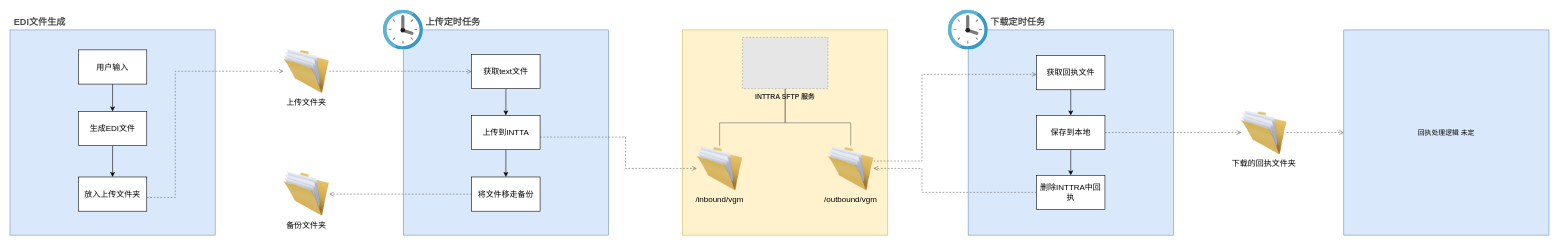
This is vgm/VGM总体流程图.drawio from caixuecheng/track-drawio, a draw.io file, before an edit. Source tidied: cells renumbered, new cells numbered last; positions are measured from the earlier drawing's top-left corner, leaving out a move shared by most shapes. Both pictures are drawn from the tidied source at 57%, with x=0, y=0 at pixel (10, 10). Pictures stored in the file or linked from it are replaced by grey dashed boxes.
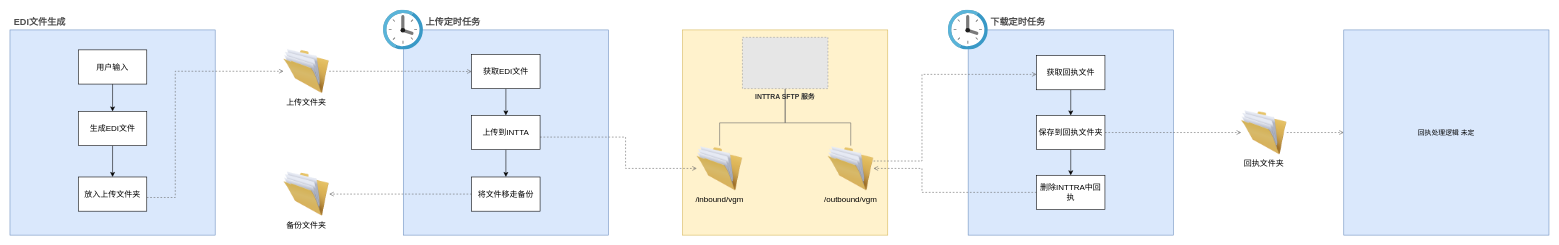
After the change.

Commit message (it also covers changes not shown here):
更新VGM总体流程图.drawio

Change to the diagram source:
```diff
@@
-    <mxCell id="18" value="获取text文件" style="rounded=0;whiteSpace=wrap;html=1;fontSize=14;" parent="1" vertex="1">
+    <mxCell id="18" value="获取EDI文件" style="rounded=0;whiteSpace=wrap;html=1;fontSize=14;" parent="1" vertex="1">
       <mxGeometry x="810" y="78" width="120" height="60" as="geometry" />
     </mxCell>
@@
-    <mxCell id="30" value="保存到本地" style="rounded=0;whiteSpace=wrap;html=1;fontSize=14;" parent="1" vertex="1">
+    <mxCell id="30" value="保存到回执文件夹" style="rounded=0;whiteSpace=wrap;html=1;fontSize=14;" parent="1" vertex="1">
       <mxGeometry x="1801" y="185" width="120" height="60" as="geometry" />
     </mxCell>
@@
-    <mxCell id="41" value="下载的回执文件夹" style="image;labelBackgroundColor=none;image=img/lib/clip_art/general/Full_Folder_128x128.png;fontSize=14;" parent="1" vertex="1">
+    <mxCell id="41" value="回执文件夹" style="image;labelBackgroundColor=none;image=img/lib/clip_art/general/Full_Folder_128x128.png;fontSize=14;" parent="1" vertex="1">
       <mxGeometry x="2160" y="175" width="80" height="80" as="geometry" />
     </mxCell>
```
